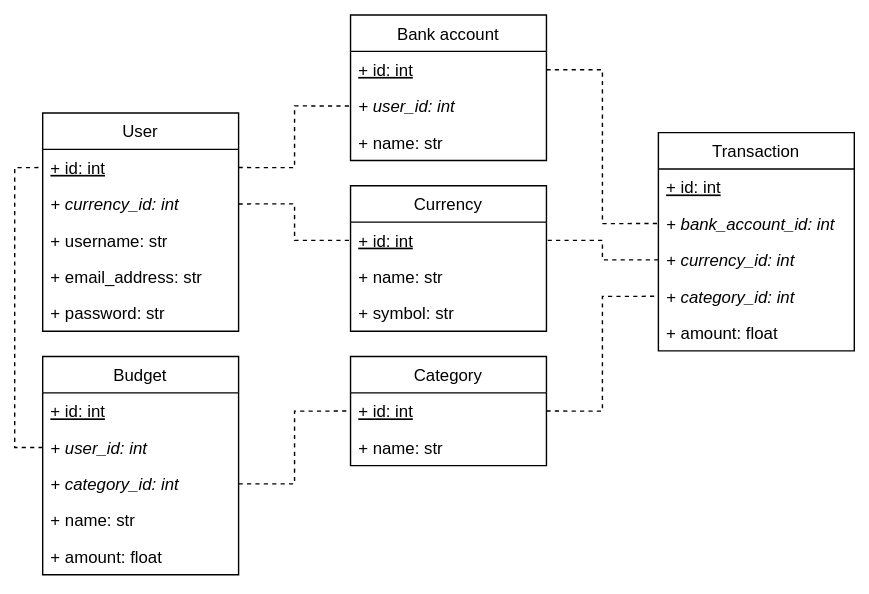
Earlier version of the draw.io export docs/modelling/images/logical_schema.svg (zanottipaolo/IS-Project). Source tidied: cells renumbered, new cells last; positions are measured from the earlier drawing's top-left corner, leaving out a move shared by most shapes. Its diagram source:
```xml
<mxGraphModel>
  <root>
    <mxCell id="0" />
    <mxCell id="1" parent="0" />
    <mxCell id="2" value="User" style="swimlane;fontStyle=0;horizontal=1;startSize=26;fillColor=none;" parent="1" vertex="1">
      <mxGeometry y="70" width="140" height="156" as="geometry" />
    </mxCell>
    <mxCell id="3" value="+ id: int" style="text;strokeColor=none;fillColor=none;align=left;verticalAlign=top;spacingLeft=4;spacingRight=4;overflow=hidden;points=[[0,0.5],[1,0.5]];portConstraint=eastwest;fontStyle=4;" parent="2" vertex="1">
      <mxGeometry y="26" width="140" height="26" as="geometry" />
    </mxCell>
    <mxCell id="4" value="+ currency_id: int" style="text;strokeColor=none;fillColor=none;align=left;verticalAlign=top;spacingLeft=4;spacingRight=4;overflow=hidden;points=[[0,0.5],[1,0.5]];portConstraint=eastwest;fontStyle=2;" parent="2" vertex="1">
      <mxGeometry y="52" width="140" height="26" as="geometry" />
    </mxCell>
    <mxCell id="5" value="+ username: str" style="text;strokeColor=none;fillColor=none;align=left;verticalAlign=top;spacingLeft=4;spacingRight=4;overflow=hidden;" parent="2" vertex="1">
      <mxGeometry y="78" width="140" height="26" as="geometry" />
    </mxCell>
    <mxCell id="6" value="+ email_address: str" style="text;strokeColor=none;fillColor=none;align=left;verticalAlign=top;spacingLeft=4;spacingRight=4;overflow=hidden;" parent="2" vertex="1">
      <mxGeometry y="104" width="140" height="26" as="geometry" />
    </mxCell>
    <mxCell id="7" value="+ password: str" style="text;strokeColor=none;fillColor=none;align=left;verticalAlign=top;spacingLeft=4;spacingRight=4;overflow=hidden;" parent="2" vertex="1">
      <mxGeometry y="130" width="140" height="26" as="geometry" />
    </mxCell>
    <mxCell id="8" value="Bank account" style="swimlane;fontStyle=0;horizontal=1;startSize=26;fillColor=none;" parent="1" vertex="1">
      <mxGeometry x="220" width="140" height="104" as="geometry" />
    </mxCell>
    <mxCell id="9" value="+ id: int" style="text;strokeColor=none;fillColor=none;align=left;verticalAlign=top;spacingLeft=4;spacingRight=4;overflow=hidden;points=[[0,0.5],[1,0.5]];portConstraint=eastwest;fontStyle=4;" parent="8" vertex="1">
      <mxGeometry y="26" width="140" height="26" as="geometry" />
    </mxCell>
    <mxCell id="10" value="+ user_id: int" style="text;strokeColor=none;fillColor=none;align=left;verticalAlign=top;spacingLeft=4;spacingRight=4;overflow=hidden;points=[[0,0.5],[1,0.5]];portConstraint=eastwest;fontStyle=2;" parent="8" vertex="1">
      <mxGeometry y="52" width="140" height="26" as="geometry" />
    </mxCell>
    <mxCell id="11" value="+ name: str" style="text;strokeColor=none;fillColor=none;align=left;verticalAlign=top;spacingLeft=4;spacingRight=4;overflow=hidden;" parent="8" vertex="1">
      <mxGeometry y="78" width="140" height="26" as="geometry" />
    </mxCell>
    <mxCell id="12" style="rounded=0;jettySize=auto;html=1;entryX=0;entryY=0.5;entryDx=0;entryDy=0;endArrow=none;endFill=0;dashed=1;exitX=1;exitY=0.5;exitDx=0;exitDy=0;edgeStyle=orthogonalEdgeStyle;" parent="1" edge="1" source="3" target="10">
      <mxGeometry relative="1" as="geometry" />
    </mxCell>
    <mxCell id="13" value="Transaction" style="swimlane;fontStyle=0;horizontal=1;startSize=26;fillColor=none;" parent="1" vertex="1">
      <mxGeometry x="440" y="84" width="140" height="156" as="geometry" />
    </mxCell>
    <mxCell id="14" value="+ id: int" style="text;strokeColor=none;fillColor=none;align=left;verticalAlign=top;spacingLeft=4;spacingRight=4;overflow=hidden;fontStyle=4;" parent="13" vertex="1">
      <mxGeometry y="26" width="140" height="26" as="geometry" />
    </mxCell>
    <mxCell id="15" value="+ bank_account_id: int" style="text;strokeColor=none;fillColor=none;align=left;verticalAlign=top;spacingLeft=4;spacingRight=4;overflow=hidden;points=[[0,0.5],[1,0.5]];portConstraint=eastwest;fontStyle=2;" parent="13" vertex="1">
      <mxGeometry y="52" width="140" height="26" as="geometry" />
    </mxCell>
    <mxCell id="16" value="+ currency_id: int" style="text;strokeColor=none;fillColor=none;align=left;verticalAlign=top;spacingLeft=4;spacingRight=4;overflow=hidden;points=[[0,0.5],[1,0.5]];portConstraint=eastwest;fontStyle=2;" parent="13" vertex="1">
      <mxGeometry y="78" width="140" height="26" as="geometry" />
    </mxCell>
    <mxCell id="17" value="+ category_id: int" style="text;strokeColor=none;fillColor=none;align=left;verticalAlign=top;spacingLeft=4;spacingRight=4;overflow=hidden;points=[[0,0.5],[1,0.5]];portConstraint=eastwest;fontStyle=2;" parent="13" vertex="1">
      <mxGeometry y="104" width="140" height="26" as="geometry" />
    </mxCell>
    <mxCell id="18" value="+ amount: float" style="text;strokeColor=none;fillColor=none;align=left;verticalAlign=top;spacingLeft=4;spacingRight=4;overflow=hidden;" parent="13" vertex="1">
      <mxGeometry y="130" width="140" height="26" as="geometry" />
    </mxCell>
    <mxCell id="19" style="edgeStyle=orthogonalEdgeStyle;rounded=0;jettySize=auto;html=1;entryX=0;entryY=0.5;entryDx=0;entryDy=0;dashed=1;endArrow=none;endFill=0;" parent="1" edge="1" source="9" target="15">
      <mxGeometry relative="1" as="geometry" />
    </mxCell>
    <mxCell id="20" value="Category" style="swimlane;fontStyle=0;horizontal=1;startSize=26;fillColor=none;" parent="1" vertex="1">
      <mxGeometry x="220" y="244" width="140" height="78" as="geometry" />
    </mxCell>
    <mxCell id="21" value="+ id: int" style="text;strokeColor=none;fillColor=none;align=left;verticalAlign=top;spacingLeft=4;spacingRight=4;overflow=hidden;points=[[0,0.5],[1,0.5]];portConstraint=eastwest;fontStyle=4;" parent="20" vertex="1">
      <mxGeometry y="26" width="140" height="26" as="geometry" />
    </mxCell>
    <mxCell id="22" value="+ name: str" style="text;strokeColor=none;fillColor=none;align=left;verticalAlign=top;spacingLeft=4;spacingRight=4;overflow=hidden;" parent="20" vertex="1">
      <mxGeometry y="52" width="140" height="26" as="geometry" />
    </mxCell>
    <mxCell id="23" style="edgeStyle=orthogonalEdgeStyle;rounded=0;jettySize=auto;html=1;entryX=0;entryY=0.5;entryDx=0;entryDy=0;dashed=1;endArrow=none;endFill=0;exitX=1;exitY=0.5;exitDx=0;exitDy=0;" parent="1" edge="1" source="21" target="17">
      <mxGeometry relative="1" as="geometry" />
    </mxCell>
    <mxCell id="24" value="Budget" style="swimlane;fontStyle=0;horizontal=1;startSize=26;fillColor=none;" parent="1" vertex="1">
      <mxGeometry y="244" width="140" height="156" as="geometry" />
    </mxCell>
    <mxCell id="25" value="+ id: int" style="text;strokeColor=none;fillColor=none;align=left;verticalAlign=top;spacingLeft=4;spacingRight=4;overflow=hidden;fontStyle=4;" parent="24" vertex="1">
      <mxGeometry y="26" width="140" height="26" as="geometry" />
    </mxCell>
    <mxCell id="26" value="+ user_id: int" style="text;strokeColor=none;fillColor=none;align=left;verticalAlign=top;spacingLeft=4;spacingRight=4;overflow=hidden;points=[[0,0.5],[1,0.5]];portConstraint=eastwest;fontStyle=2;" parent="24" vertex="1">
      <mxGeometry y="52" width="140" height="26" as="geometry" />
    </mxCell>
    <mxCell id="27" value="+ category_id: int" style="text;strokeColor=none;fillColor=none;align=left;verticalAlign=top;spacingLeft=4;spacingRight=4;overflow=hidden;points=[[0,0.5],[1,0.5]];portConstraint=eastwest;fontStyle=2;" parent="24" vertex="1">
      <mxGeometry y="78" width="140" height="26" as="geometry" />
    </mxCell>
    <mxCell id="28" value="+ name: str" style="text;strokeColor=none;fillColor=none;align=left;verticalAlign=top;spacingLeft=4;spacingRight=4;overflow=hidden;" parent="24" vertex="1">
      <mxGeometry y="104" width="140" height="26" as="geometry" />
    </mxCell>
    <mxCell id="29" value="+ amount: float" style="text;strokeColor=none;fillColor=none;align=left;verticalAlign=top;spacingLeft=4;spacingRight=4;overflow=hidden;" parent="24" vertex="1">
      <mxGeometry y="130" width="140" height="26" as="geometry" />
    </mxCell>
    <mxCell id="30" style="edgeStyle=orthogonalEdgeStyle;rounded=0;jettySize=auto;html=1;entryX=0;entryY=0.5;entryDx=0;entryDy=0;dashed=1;endArrow=none;endFill=0;" parent="1" edge="1" source="27" target="21">
      <mxGeometry relative="1" as="geometry" />
    </mxCell>
    <mxCell id="31" style="edgeStyle=orthogonalEdgeStyle;rounded=0;jettySize=auto;html=1;entryX=0;entryY=0.5;entryDx=0;entryDy=0;dashed=1;endArrow=none;endFill=0;" parent="1" edge="1" source="26" target="3">
      <mxGeometry relative="1" as="geometry" />
    </mxCell>
    <mxCell id="32" style="rounded=0;jettySize=auto;html=1;dashed=1;endArrow=none;endFill=0;entryX=0;entryY=0.5;entryDx=0;entryDy=0;exitX=1;exitY=0.5;exitDx=0;exitDy=0;edgeStyle=orthogonalEdgeStyle;" parent="1" edge="1" source="4" target="34">
      <mxGeometry relative="1" as="geometry" />
    </mxCell>
    <mxCell id="33" value="Currency" style="swimlane;fontStyle=0;horizontal=1;startSize=26;fillColor=none;" parent="1" vertex="1">
      <mxGeometry x="220" y="122" width="140" height="104" as="geometry" />
    </mxCell>
    <mxCell id="34" value="+ id: int" style="text;strokeColor=none;fillColor=none;align=left;verticalAlign=top;spacingLeft=4;spacingRight=4;overflow=hidden;points=[[0,0.5],[1,0.5]];portConstraint=eastwest;fontStyle=4;" parent="33" vertex="1">
      <mxGeometry y="26" width="140" height="26" as="geometry" />
    </mxCell>
    <mxCell id="35" value="+ name: str" style="text;strokeColor=none;fillColor=none;align=left;verticalAlign=top;spacingLeft=4;spacingRight=4;overflow=hidden;" parent="33" vertex="1">
      <mxGeometry y="52" width="140" height="26" as="geometry" />
    </mxCell>
    <mxCell id="36" value="+ symbol: str" style="text;strokeColor=none;fillColor=none;align=left;verticalAlign=top;spacingLeft=4;spacingRight=4;overflow=hidden;" parent="33" vertex="1">
      <mxGeometry y="78" width="140" height="26" as="geometry" />
    </mxCell>
    <mxCell id="37" style="edgeStyle=orthogonalEdgeStyle;rounded=0;jettySize=auto;html=1;entryX=1;entryY=0.5;entryDx=0;entryDy=0;dashed=1;endArrow=none;endFill=0;" parent="1" edge="1" source="16" target="34">
      <mxGeometry relative="1" as="geometry" />
    </mxCell>
  </root>
</mxGraphModel>
```
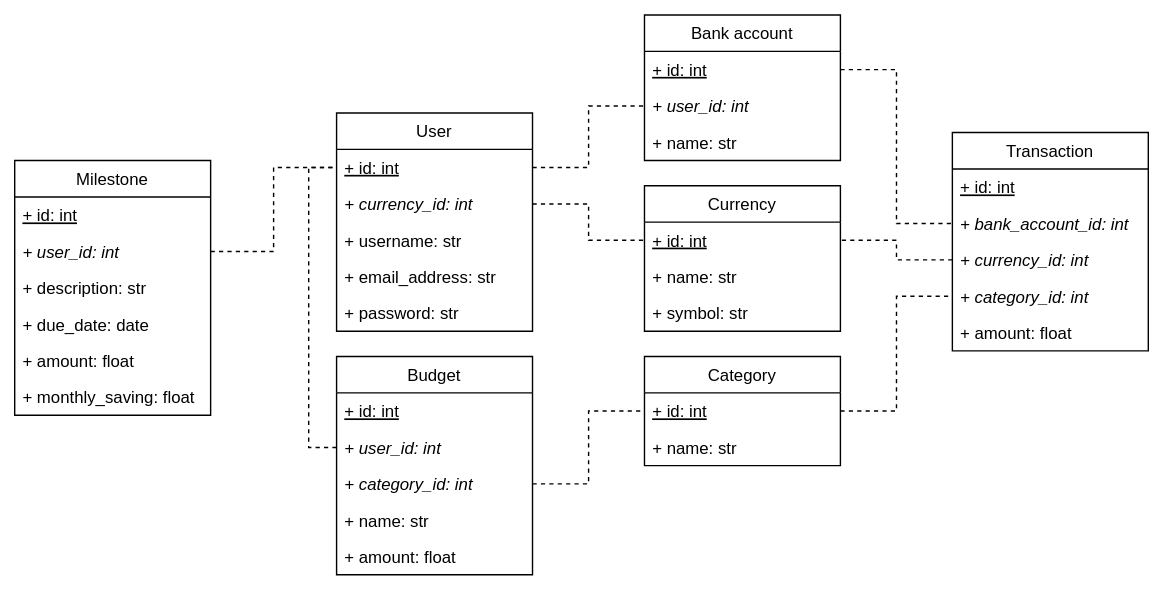
After the change.

Commit message:
✏️ Update logical_schema

The edit, as a diff of the source:
```diff
@@ -110,5 +110,29 @@
     <mxCell id="37" style="edgeStyle=orthogonalEdgeStyle;rounded=0;jettySize=auto;html=1;entryX=1;entryY=0.5;entryDx=0;entryDy=0;dashed=1;endArrow=none;endFill=0;" parent="1" edge="1" source="16" target="34">
       <mxGeometry relative="1" as="geometry" />
     </mxCell>
+    <mxCell id="38" value="Milestone" style="swimlane;fontStyle=0;horizontal=1;startSize=26;fillColor=none;" parent="1" vertex="1">
+      <mxGeometry x="-230" y="104" width="140" height="182" as="geometry" />
+    </mxCell>
+    <mxCell id="39" value="+ id: int" style="text;strokeColor=none;fillColor=none;align=left;verticalAlign=top;spacingLeft=4;spacingRight=4;overflow=hidden;fontStyle=4;" parent="38" vertex="1">
+      <mxGeometry y="26" width="140" height="26" as="geometry" />
+    </mxCell>
+    <mxCell id="40" value="+ user_id: int" style="text;strokeColor=none;fillColor=none;align=left;verticalAlign=top;spacingLeft=4;spacingRight=4;overflow=hidden;points=[[0,0.5],[1,0.5]];portConstraint=eastwest;fontStyle=2;" parent="38" vertex="1">
+      <mxGeometry y="52" width="140" height="26" as="geometry" />
+    </mxCell>
+    <mxCell id="41" value="+ description: str" style="text;strokeColor=none;fillColor=none;align=left;verticalAlign=top;spacingLeft=4;spacingRight=4;overflow=hidden;" parent="38" vertex="1">
+      <mxGeometry y="78" width="140" height="26" as="geometry" />
+    </mxCell>
+    <mxCell id="42" value="+ due_date: date" style="text;strokeColor=none;fillColor=none;align=left;verticalAlign=top;spacingLeft=4;spacingRight=4;overflow=hidden;" parent="38" vertex="1">
+      <mxGeometry y="104" width="140" height="26" as="geometry" />
+    </mxCell>
+    <mxCell id="43" value="+ amount: float" style="text;strokeColor=none;fillColor=none;align=left;verticalAlign=top;spacingLeft=4;spacingRight=4;overflow=hidden;" parent="38" vertex="1">
+      <mxGeometry y="130" width="140" height="26" as="geometry" />
+    </mxCell>
+    <mxCell id="44" value="+ monthly_saving: float" style="text;strokeColor=none;fillColor=none;align=left;verticalAlign=top;spacingLeft=4;spacingRight=4;overflow=hidden;" parent="38" vertex="1">
+      <mxGeometry y="156" width="140" height="26" as="geometry" />
+    </mxCell>
+    <mxCell id="45" style="edgeStyle=orthogonalEdgeStyle;rounded=0;jettySize=auto;html=1;entryX=0;entryY=0.5;entryDx=0;entryDy=0;endArrow=none;endFill=0;dashed=1;" parent="1" edge="1" source="40" target="3">
+      <mxGeometry relative="1" as="geometry" />
+    </mxCell>
   </root>
 </mxGraphModel>
```
